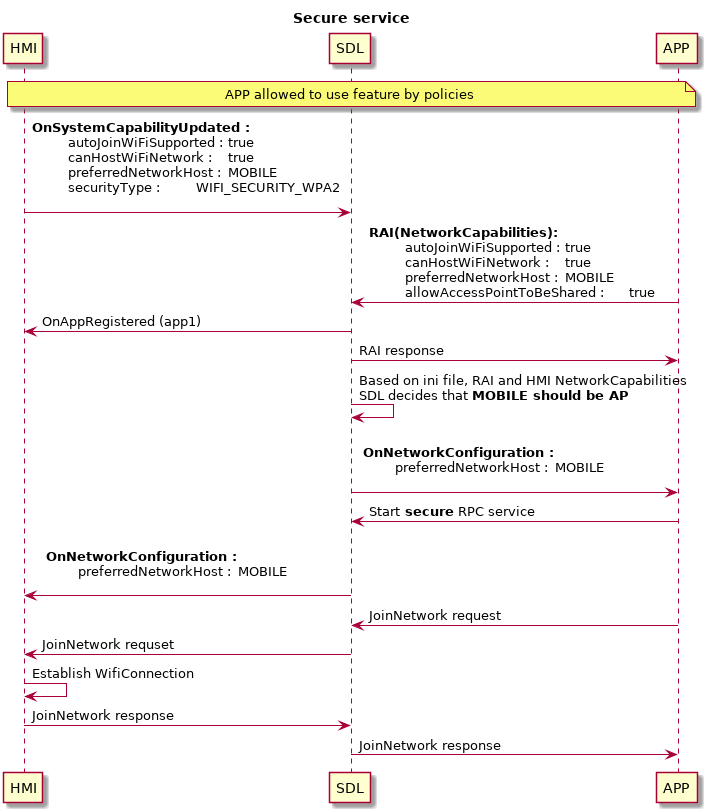
smartdevicelink/sdl_evolution keeps this PlantUML diagram as assets/proposals/0245-sharing-wifi-ssid-and-password/secure_service.png. Above is the earlier version. The source it was exported from:
```plantuml
@startuml
!pragma teoz true

title Secure service

participant HMI
participant SDL
participant APP

note over HMI, APP: APP allowed to use feature by policies


HMI -> SDL : <b>OnSystemCapabilityUpdated : \n\t autoJoinWiFiSupported : \t true \n\t canHostWiFiNetwork : \t true \n\t preferredNetworkHost : \t MOBILE \n\t securityType : \t WIFI_SECURITY_WPA2 \n
APP -> SDL : <b>RAI(NetworkCapabilities): \n\t autoJoinWiFiSupported : \t true \n\t canHostWiFiNetwork : \t true \n\t preferredNetworkHost : \t MOBILE \n\t allowAccessPointToBeShared : \t true

SDL -> HMI : OnAppRegistered (app1)
SDL -> APP : RAI response

SDL -> SDL : Based on ini file, RAI and HMI NetworkCapabilities\nSDL decides that **MOBILE should be AP**

SDL -> APP:  \n <b>OnNetworkConfiguration : \n\t preferredNetworkHost : \t MOBILE \n
APP -> SDL : Start **secure** RPC service


SDL -> HMI:  \n <b>OnNetworkConfiguration : \n\t preferredNetworkHost : \t MOBILE \n

APP -> SDL : JoinNetwork request
SDL -> HMI : JoinNetwork requset
HMI -> HMI : Establish WifiConnection
HMI -> SDL : JoinNetwork response
SDL -> APP : JoinNetwork response


@enduml
```
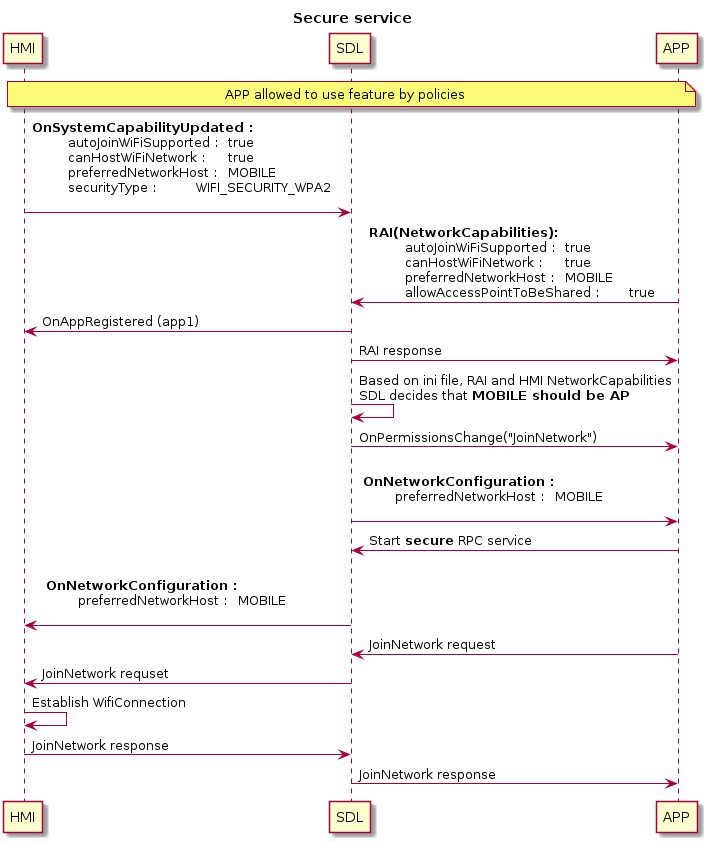
Later version of the same file.

Change to the diagram source:
```diff
@@ -18,6 +18,8 @@
 
 SDL -> SDL : Based on ini file, RAI and HMI NetworkCapabilities\nSDL decides that **MOBILE should be AP**
 
+SDL -> APP: OnPermissionsChange("JoinNetwork")
+
 SDL -> APP:  \n <b>OnNetworkConfiguration : \n\t preferredNetworkHost : \t MOBILE \n
 APP -> SDL : Start **secure** RPC service
 
```
